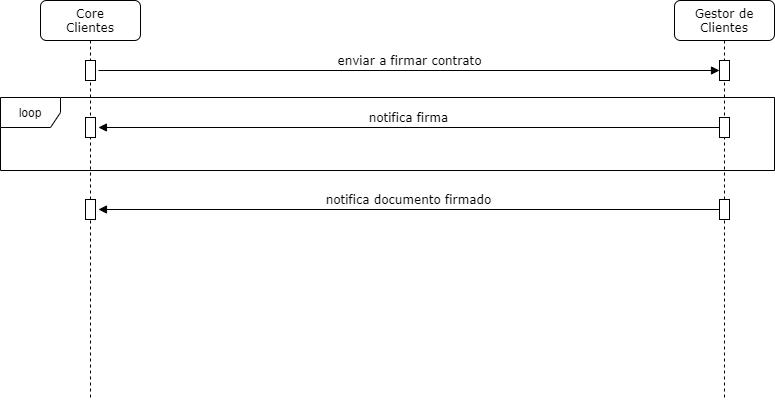
Before: Diagrama de Interacción Gestor.png, a diagram exported from draw.io (Derivatik/Recursos-Documentacion). Source tidied: cells renumbered, new cells last; positions are measured from the earlier drawing's top-left corner, leaving out a move shared by most shapes.
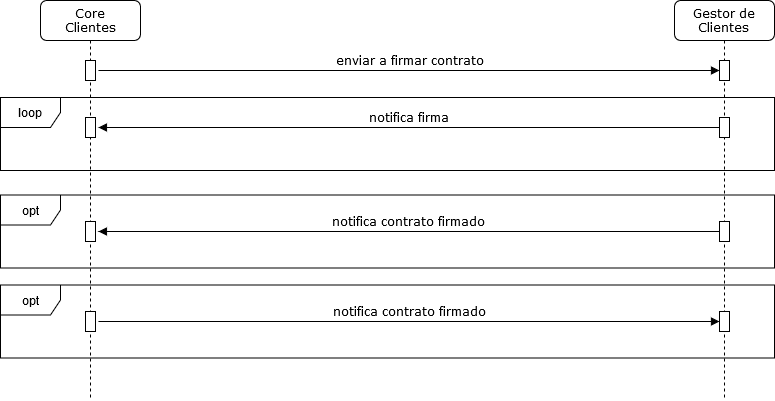
Above is the later version.

Commit message:
cambio diagrama gestor contratos

Change to the diagram source:
```diff
@@ -2,6 +2,9 @@
   <root>
     <mxCell id="0" />
     <mxCell id="1" parent="0" />
+    <mxCell id="14" value="opt" style="shape=umlFrame;whiteSpace=wrap;html=1;" parent="1" vertex="1">
+      <mxGeometry y="194.5" width="774" height="73" as="geometry" />
+    </mxCell>
     <mxCell id="2" value="enviar a firmar contrato" style="html=1;verticalAlign=bottom;endArrow=block;labelBackgroundColor=none;fontFamily=Verdana;fontSize=12;edgeStyle=elbowEdgeStyle;elbow=vertical;exitX=1.295;exitY=0.5;exitDx=0;exitDy=0;exitPerimeter=0;" parent="1" edge="1" source="6" target="4">
       <mxGeometry relative="1" as="geometry" />
     </mxCell>
@@ -29,14 +32,26 @@
     <mxCell id="10" style="html=1;points=[];perimeter=orthogonalPerimeter;rounded=0;shadow=0;comic=0;labelBackgroundColor=none;strokeWidth=1;fontFamily=Verdana;fontSize=12;align=center;" parent="1" vertex="1">
       <mxGeometry x="85" y="117" width="10" height="20" as="geometry" />
     </mxCell>
-    <mxCell id="11" value="notifica documento firmado" style="html=1;verticalAlign=bottom;endArrow=block;labelBackgroundColor=none;fontFamily=Verdana;fontSize=12;edgeStyle=elbowEdgeStyle;elbow=vertical;entryX=1.295;entryY=0.5;entryDx=0;entryDy=0;entryPerimeter=0;" parent="1" edge="1" source="12" target="13">
+    <mxCell id="11" value="notifica contrato firmado" style="html=1;verticalAlign=bottom;endArrow=block;labelBackgroundColor=none;fontFamily=Verdana;fontSize=12;edgeStyle=elbowEdgeStyle;elbow=vertical;entryX=1.295;entryY=0.5;entryDx=0;entryDy=0;entryPerimeter=0;" parent="1" edge="1" source="12" target="13">
       <mxGeometry relative="1" as="geometry" />
     </mxCell>
     <mxCell id="12" style="html=1;points=[];perimeter=orthogonalPerimeter;rounded=0;shadow=0;comic=0;labelBackgroundColor=none;strokeWidth=1;fontFamily=Verdana;fontSize=12;align=center;" parent="1" vertex="1">
-      <mxGeometry x="719" y="199" width="10" height="20" as="geometry" />
+      <mxGeometry x="719" y="221" width="10" height="20" as="geometry" />
     </mxCell>
     <mxCell id="13" style="html=1;points=[];perimeter=orthogonalPerimeter;rounded=0;shadow=0;comic=0;labelBackgroundColor=none;strokeWidth=1;fontFamily=Verdana;fontSize=12;align=center;" parent="1" vertex="1">
-      <mxGeometry x="85" y="199" width="10" height="20" as="geometry" />
+      <mxGeometry x="85" y="221" width="10" height="20" as="geometry" />
     </mxCell>
+    <mxCell id="15" value="opt" style="shape=umlFrame;whiteSpace=wrap;html=1;" parent="1" vertex="1">
+      <mxGeometry y="284.5" width="774" height="73" as="geometry" />
+    </mxCell>
+    <mxCell id="16" value="notifica contrato firmado" style="html=1;verticalAlign=bottom;endArrow=block;labelBackgroundColor=none;fontFamily=Verdana;fontSize=12;edgeStyle=elbowEdgeStyle;elbow=vertical;exitX=1.295;exitY=0.5;exitDx=0;exitDy=0;exitPerimeter=0;" parent="1" edge="1" source="18" target="17">
+      <mxGeometry relative="1" as="geometry" />
+    </mxCell>
+    <mxCell id="17" style="html=1;points=[];perimeter=orthogonalPerimeter;rounded=0;shadow=0;comic=0;labelBackgroundColor=none;strokeWidth=1;fontFamily=Verdana;fontSize=12;align=center;" parent="1" vertex="1">
+      <mxGeometry x="719" y="311" width="10" height="20" as="geometry" />
+    </mxCell>
+    <mxCell id="18" style="html=1;points=[];perimeter=orthogonalPerimeter;rounded=0;shadow=0;comic=0;labelBackgroundColor=none;strokeWidth=1;fontFamily=Verdana;fontSize=12;align=center;" parent="1" vertex="1">
+      <mxGeometry x="85" y="311" width="10" height="20" as="geometry" />
+    </mxCell>
   </root>
 </mxGraphModel>
```
